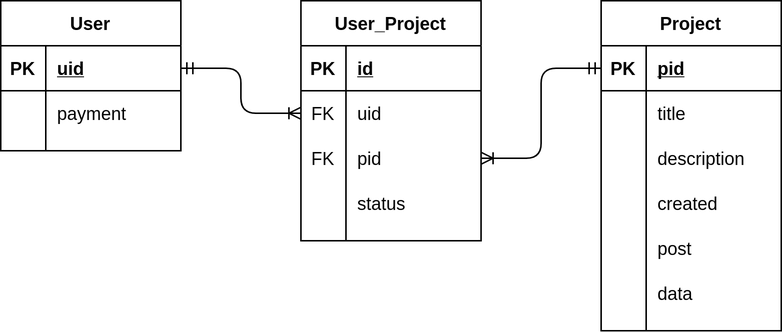
This is diagrams/db.png from AndreasAtakan/GeoTales, a draw.io export, as it was before one commit. Source tidied: cells renumbered, new cells last; positions are measured from the earlier drawing's top-left corner, leaving out a move shared by most shapes.
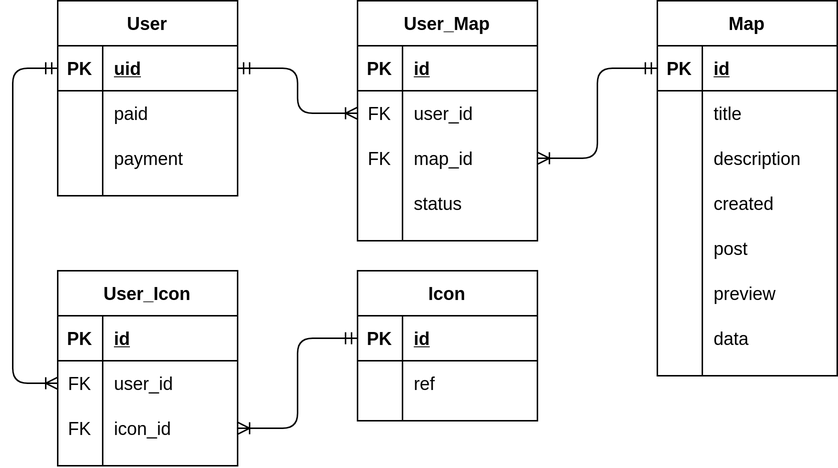
Later version of the same file.

Change to the diagram source:
```diff
@@ -3,7 +3,7 @@
     <mxCell id="0" />
     <mxCell id="1" parent="0" />
     <mxCell id="2" value="User" style="shape=table;startSize=30;rowLines=0;fontStyle=1;align=center;comic=0;" parent="1" vertex="1">
-      <mxGeometry width="120" height="100" as="geometry" />
+      <mxGeometry width="120" height="130" as="geometry" />
     </mxCell>
     <mxCell id="3" style="shape=partialRectangle;fillColor=none;top=0;left=0;bottom=1;right=0;points=[[0,0.5],[1,0.5]];portConstraint=eastwest;" parent="2" vertex="1">
       <mxGeometry y="30" width="120" height="30" as="geometry" />
@@ -14,8 +14,17 @@
     <mxCell id="5" value="uid" style="shape=partialRectangle;fillColor=none;top=0;left=0;bottom=0;right=0;align=left;spacingLeft=6;fontStyle=5;overflow=hidden;" parent="3" vertex="1">
       <mxGeometry x="30" width="90" height="30" as="geometry" />
     </mxCell>
+    <mxCell id="43" style="shape=partialRectangle;fillColor=none;top=0;left=0;bottom=0;right=0;" parent="2" vertex="1">
+      <mxGeometry y="60" width="120" height="30" as="geometry" />
+    </mxCell>
+    <mxCell id="44" style="shape=partialRectangle;fillColor=none;top=0;left=0;bottom=0;right=0;overflow=hidden;" parent="43" vertex="1">
+      <mxGeometry width="30" height="30" as="geometry" />
+    </mxCell>
+    <mxCell id="45" value="paid" style="shape=partialRectangle;fillColor=none;top=0;left=0;bottom=0;right=0;align=left;spacingLeft=6;overflow=hidden;" parent="43" vertex="1">
+      <mxGeometry x="30" width="90" height="30" as="geometry" />
+    </mxCell>
     <mxCell id="6" style="shape=partialRectangle;fillColor=none;top=0;left=0;bottom=0;right=0;" parent="2" vertex="1">
-      <mxGeometry y="60" width="120" height="30" as="geometry" />
+      <mxGeometry y="90" width="120" height="30" as="geometry" />
     </mxCell>
     <mxCell id="7" style="shape=partialRectangle;fillColor=none;top=0;left=0;bottom=0;right=0;overflow=hidden;" parent="6" vertex="1">
       <mxGeometry width="30" height="30" as="geometry" />
@@ -23,7 +32,7 @@
     <mxCell id="8" value="payment" style="shape=partialRectangle;fillColor=none;top=0;left=0;bottom=0;right=0;align=left;spacingLeft=6;overflow=hidden;" parent="6" vertex="1">
       <mxGeometry x="30" width="90" height="30" as="geometry" />
     </mxCell>
-    <mxCell id="9" value="User_Project" style="shape=table;startSize=30;rowLines=0;fontStyle=1;align=center;" parent="1" vertex="1">
+    <mxCell id="9" value="User_Map" style="shape=table;startSize=30;rowLines=0;fontStyle=1;align=center;" parent="1" vertex="1">
       <mxGeometry x="200" width="120" height="160" as="geometry" />
     </mxCell>
     <mxCell id="10" style="shape=partialRectangle;fillColor=none;top=0;left=0;bottom=1;right=0;" parent="9" vertex="1">
@@ -41,7 +50,7 @@
     <mxCell id="14" value="FK" style="shape=partialRectangle;fillColor=none;top=0;left=0;bottom=0;right=0;overflow=hidden;" parent="13" vertex="1">
       <mxGeometry width="30" height="30" as="geometry" />
     </mxCell>
-    <mxCell id="15" value="uid" style="shape=partialRectangle;fillColor=none;top=0;left=0;bottom=0;right=0;align=left;spacingLeft=6;overflow=hidden;" parent="13" vertex="1">
+    <mxCell id="15" value="user_id" style="shape=partialRectangle;fillColor=none;top=0;left=0;bottom=0;right=0;align=left;spacingLeft=6;overflow=hidden;" parent="13" vertex="1">
       <mxGeometry x="30" width="90" height="30" as="geometry" />
     </mxCell>
     <mxCell id="16" style="shape=partialRectangle;fillColor=none;top=0;left=0;bottom=0;right=0;points=[[0,0.5],[1,0.5]];portConstraint=eastwest;" parent="9" vertex="1">
@@ -50,7 +59,7 @@
     <mxCell id="17" value="FK" style="shape=partialRectangle;fillColor=none;top=0;left=0;bottom=0;right=0;overflow=hidden;" parent="16" vertex="1">
       <mxGeometry width="30" height="30" as="geometry" />
     </mxCell>
-    <mxCell id="18" value="pid" style="shape=partialRectangle;fillColor=none;top=0;left=0;bottom=0;right=0;align=left;spacingLeft=6;overflow=hidden;" parent="16" vertex="1">
+    <mxCell id="18" value="map_id" style="shape=partialRectangle;fillColor=none;top=0;left=0;bottom=0;right=0;align=left;spacingLeft=6;overflow=hidden;" parent="16" vertex="1">
       <mxGeometry x="30" width="90" height="30" as="geometry" />
     </mxCell>
     <mxCell id="19" style="shape=partialRectangle;fillColor=none;top=0;left=0;bottom=0;right=0;" parent="9" vertex="1">
@@ -62,8 +71,8 @@
     <mxCell id="21" value="status" style="shape=partialRectangle;fillColor=none;top=0;left=0;bottom=0;right=0;align=left;spacingLeft=6;overflow=hidden;" parent="19" vertex="1">
       <mxGeometry x="30" width="90" height="30" as="geometry" />
     </mxCell>
-    <mxCell id="22" value="Project" style="shape=table;startSize=30;rowLines=0;fontStyle=1;align=center;" parent="1" vertex="1">
-      <mxGeometry x="400" width="120" height="220" as="geometry" />
+    <mxCell id="22" value="Map" style="shape=table;startSize=30;rowLines=0;fontStyle=1;align=center;" parent="1" vertex="1">
+      <mxGeometry x="400" width="120" height="250" as="geometry" />
     </mxCell>
     <mxCell id="23" style="shape=partialRectangle;fillColor=none;top=0;left=0;bottom=1;right=0;points=[[0,0.5],[1,0.5]];portConstraint=eastwest;" parent="22" vertex="1">
       <mxGeometry y="30" width="120" height="30" as="geometry" />
@@ -71,7 +80,7 @@
     <mxCell id="24" value="PK" style="shape=partialRectangle;fillColor=none;top=0;left=0;bottom=0;right=0;fontStyle=1;overflow=hidden;" parent="23" vertex="1">
       <mxGeometry width="30" height="30" as="geometry" />
     </mxCell>
-    <mxCell id="25" value="pid" style="shape=partialRectangle;fillColor=none;top=0;left=0;bottom=0;right=0;align=left;spacingLeft=6;fontStyle=5;overflow=hidden;" parent="23" vertex="1">
+    <mxCell id="25" value="id" style="shape=partialRectangle;fillColor=none;top=0;left=0;bottom=0;right=0;align=left;spacingLeft=6;fontStyle=5;overflow=hidden;" parent="23" vertex="1">
       <mxGeometry x="30" width="90" height="30" as="geometry" />
     </mxCell>
     <mxCell id="26" style="shape=partialRectangle;fillColor=none;top=0;left=0;bottom=0;right=0;" parent="22" vertex="1">
@@ -110,8 +119,17 @@
     <mxCell id="37" value="post" style="shape=partialRectangle;fillColor=none;top=0;left=0;bottom=0;right=0;align=left;spacingLeft=6;overflow=hidden;" parent="35" vertex="1">
       <mxGeometry x="30" width="90" height="30" as="geometry" />
     </mxCell>
+    <mxCell id="46" style="shape=partialRectangle;fillColor=none;top=0;left=0;bottom=0;right=0;" parent="22" vertex="1">
+      <mxGeometry y="180" width="120" height="30" as="geometry" />
+    </mxCell>
+    <mxCell id="47" style="shape=partialRectangle;fillColor=none;top=0;left=0;bottom=0;right=0;overflow=hidden;" parent="46" vertex="1">
+      <mxGeometry width="30" height="30" as="geometry" />
+    </mxCell>
+    <mxCell id="48" value="preview" style="shape=partialRectangle;fillColor=none;top=0;left=0;bottom=0;right=0;align=left;spacingLeft=6;overflow=hidden;" parent="46" vertex="1">
+      <mxGeometry x="30" width="90" height="30" as="geometry" />
+    </mxCell>
     <mxCell id="38" style="shape=partialRectangle;fillColor=none;top=0;left=0;bottom=0;right=0;" parent="22" vertex="1">
-      <mxGeometry y="180" width="120" height="30" as="geometry" />
+      <mxGeometry y="210" width="120" height="30" as="geometry" />
     </mxCell>
     <mxCell id="39" style="shape=partialRectangle;fillColor=none;top=0;left=0;bottom=0;right=0;overflow=hidden;" parent="38" vertex="1">
       <mxGeometry width="30" height="30" as="geometry" />
@@ -125,5 +143,72 @@
     <mxCell id="42" style="edgeStyle=orthogonalEdgeStyle;fontSize=12;html=1;endArrow=ERoneToMany;startArrow=ERmandOne;" parent="1" edge="1" source="3" target="13">
       <mxGeometry relative="1" as="geometry" />
     </mxCell>
+    <mxCell id="49" value="User_Icon" style="shape=table;startSize=30;rowLines=0;fontStyle=1;align=center;comic=0;" parent="1" vertex="1">
+      <mxGeometry y="180" width="120" height="130" as="geometry" />
+    </mxCell>
+    <mxCell id="50" style="shape=partialRectangle;fillColor=none;top=0;left=0;bottom=1;right=0;" parent="49" vertex="1">
+      <mxGeometry y="30" width="120" height="30" as="geometry" />
+    </mxCell>
+    <mxCell id="51" value="PK" style="shape=partialRectangle;fillColor=none;top=0;left=0;bottom=0;right=0;fontStyle=1;overflow=hidden;" parent="50" vertex="1">
+      <mxGeometry width="30" height="30" as="geometry" />
+    </mxCell>
+    <mxCell id="52" value="id" style="shape=partialRectangle;fillColor=none;top=0;left=0;bottom=0;right=0;align=left;spacingLeft=6;fontStyle=5;overflow=hidden;" parent="50" vertex="1">
+      <mxGeometry x="30" width="90" height="30" as="geometry" />
+    </mxCell>
+    <mxCell id="53" style="shape=partialRectangle;fillColor=none;top=0;left=0;bottom=0;right=0;points=[[0,0.5],[1,0.5]];portConstraint=eastwest;" parent="49" vertex="1">
+      <mxGeometry y="60" width="120" height="30" as="geometry" />
+    </mxCell>
+    <mxCell id="54" value="FK" style="shape=partialRectangle;fillColor=none;top=0;left=0;bottom=0;right=0;overflow=hidden;" parent="53" vertex="1">
+      <mxGeometry width="30" height="30" as="geometry" />
+    </mxCell>
+    <mxCell id="55" value="user_id" style="shape=partialRectangle;fillColor=none;top=0;left=0;bottom=0;right=0;align=left;spacingLeft=6;overflow=hidden;" parent="53" vertex="1">
+      <mxGeometry x="30" width="90" height="30" as="geometry" />
+    </mxCell>
+    <mxCell id="56" style="shape=partialRectangle;fillColor=none;top=0;left=0;bottom=0;right=0;points=[[0,0.5],[1,0.5]];portConstraint=eastwest;" parent="49" vertex="1">
+      <mxGeometry y="90" width="120" height="30" as="geometry" />
+    </mxCell>
+    <mxCell id="57" value="FK" style="shape=partialRectangle;fillColor=none;top=0;left=0;bottom=0;right=0;overflow=hidden;" parent="56" vertex="1">
+      <mxGeometry width="30" height="30" as="geometry" />
+    </mxCell>
+    <mxCell id="58" value="icon_id" style="shape=partialRectangle;fillColor=none;top=0;left=0;bottom=0;right=0;align=left;spacingLeft=6;overflow=hidden;" parent="56" vertex="1">
+      <mxGeometry x="30" width="90" height="30" as="geometry" />
+    </mxCell>
+    <mxCell id="59" value="Icon" style="shape=table;startSize=30;rowLines=0;fontStyle=1;align=center;comic=0;" parent="1" vertex="1">
+      <mxGeometry x="200" y="180" width="120" height="100" as="geometry" />
+    </mxCell>
+    <mxCell id="60" style="shape=partialRectangle;fillColor=none;top=0;left=0;bottom=1;right=0;points=[[0,0.5],[1,0.5]];portConstraint=eastwest;" parent="59" vertex="1">
+      <mxGeometry y="30" width="120" height="30" as="geometry" />
+    </mxCell>
+    <mxCell id="61" value="PK" style="shape=partialRectangle;fillColor=none;top=0;left=0;bottom=0;right=0;fontStyle=1;overflow=hidden;" parent="60" vertex="1">
+      <mxGeometry width="30" height="30" as="geometry" />
+    </mxCell>
+    <mxCell id="62" value="id" style="shape=partialRectangle;fillColor=none;top=0;left=0;bottom=0;right=0;align=left;spacingLeft=6;fontStyle=5;overflow=hidden;" parent="60" vertex="1">
+      <mxGeometry x="30" width="90" height="30" as="geometry" />
+    </mxCell>
+    <mxCell id="63" style="shape=partialRectangle;fillColor=none;top=0;left=0;bottom=0;right=0;" parent="59" vertex="1">
+      <mxGeometry y="60" width="120" height="30" as="geometry" />
+    </mxCell>
+    <mxCell id="64" style="shape=partialRectangle;fillColor=none;top=0;left=0;bottom=0;right=0;overflow=hidden;" parent="63" vertex="1">
+      <mxGeometry width="30" height="30" as="geometry" />
+    </mxCell>
+    <mxCell id="65" value="ref" style="shape=partialRectangle;fillColor=none;top=0;left=0;bottom=0;right=0;align=left;spacingLeft=6;overflow=hidden;" parent="63" vertex="1">
+      <mxGeometry x="30" width="90" height="30" as="geometry" />
+    </mxCell>
+    <mxCell id="66" style="edgeStyle=orthogonalEdgeStyle;fontSize=12;html=1;endArrow=ERoneToMany;startArrow=ERmandOne;" parent="1" edge="1" source="3" target="53">
+      <mxGeometry relative="1" as="geometry">
+        <Array as="points">
+          <mxPoint x="-30" y="45" />
+          <mxPoint x="-30" y="255" />
+        </Array>
+      </mxGeometry>
+    </mxCell>
+    <mxCell id="67" style="edgeStyle=orthogonalEdgeStyle;fontSize=12;html=1;endArrow=ERoneToMany;startArrow=ERmandOne;" parent="1" edge="1" source="60" target="56">
+      <mxGeometry relative="1" as="geometry">
+        <Array as="points">
+          <mxPoint x="160" y="225" />
+          <mxPoint x="160" y="285" />
+        </Array>
+      </mxGeometry>
+    </mxCell>
   </root>
 </mxGraphModel>
```
